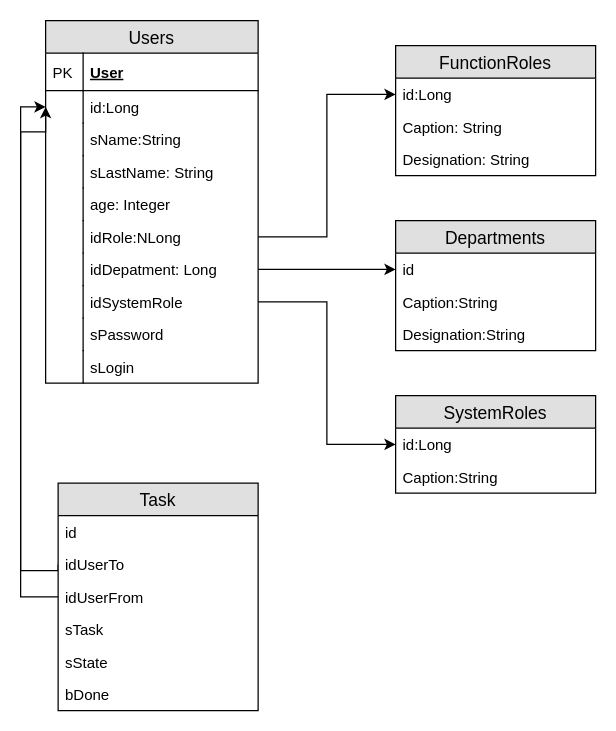
This is dbImage.drawio from LOKSERS/SimpleAkkaRest, a draw.io file, before an edit. Source tidied: cells renumbered, new cells numbered last; positions are measured from the earlier drawing's top-left corner, leaving out a move shared by most shapes. Both pictures are drawn from the tidied source at 125%, with x=0, y=0 at pixel (20, 20).
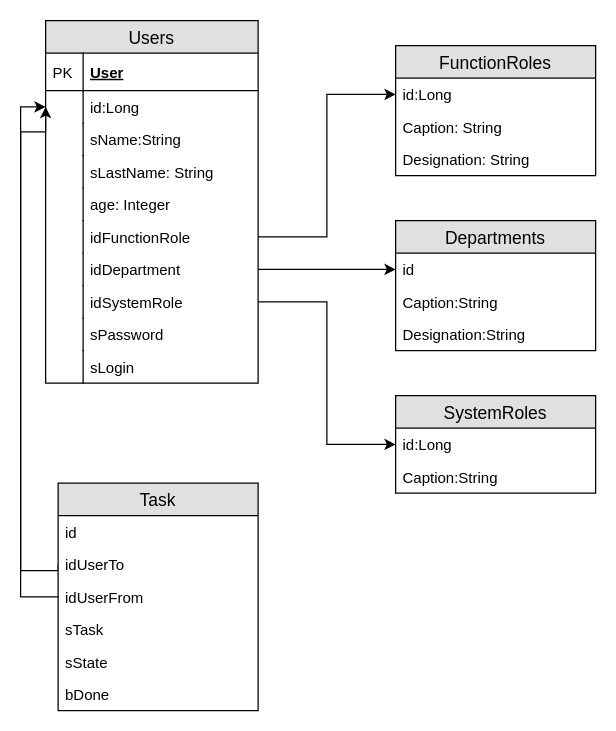
The same diagram, later.

Unchanged cells that the change refers to:
```xml
<mxCell id="2" value="Users" style="swimlane;fontStyle=0;horizontal=1;startSize=26;fillColor=#e0e0e0;swimlaneFillColor=#ffffff;align=center;fontSize=14;" parent="1" vertex="1">
  <mxGeometry x="20" width="170" height="290" as="geometry" />
</mxCell>
```

What changed in the source:
```diff
@@
-    <mxCell id="13" value="idRole:NLong" style="shape=partialRectangle;top=0;left=0;right=0;bottom=0;align=left;verticalAlign=top;fillColor=none;spacingLeft=34;spacingRight=4;overflow=hidden;points=[[0,0.5],[1,0.5]];portConstraint=eastwest;fontSize=12;" parent="2" vertex="1">
+    <mxCell id="13" value="idFunctionRole" style="shape=partialRectangle;top=0;left=0;right=0;bottom=0;align=left;verticalAlign=top;fillColor=none;spacingLeft=34;spacingRight=4;overflow=hidden;points=[[0,0.5],[1,0.5]];portConstraint=eastwest;fontSize=12;" parent="2" vertex="1">
       <mxGeometry y="160" width="170" height="26" as="geometry" />
     </mxCell>
@@
-    <mxCell id="15" value="idDepatment: Long" style="shape=partialRectangle;top=0;left=0;right=0;bottom=0;align=left;verticalAlign=top;fillColor=none;spacingLeft=34;spacingRight=4;overflow=hidden;points=[[0,0.5],[1,0.5]];portConstraint=eastwest;fontSize=12;" parent="2" vertex="1">
+    <mxCell id="15" value="idDepartment" style="shape=partialRectangle;top=0;left=0;right=0;bottom=0;align=left;verticalAlign=top;fillColor=none;spacingLeft=34;spacingRight=4;overflow=hidden;points=[[0,0.5],[1,0.5]];portConstraint=eastwest;fontSize=12;" parent="2" vertex="1">
       <mxGeometry y="186" width="170" height="26" as="geometry" />
     </mxCell>
```
